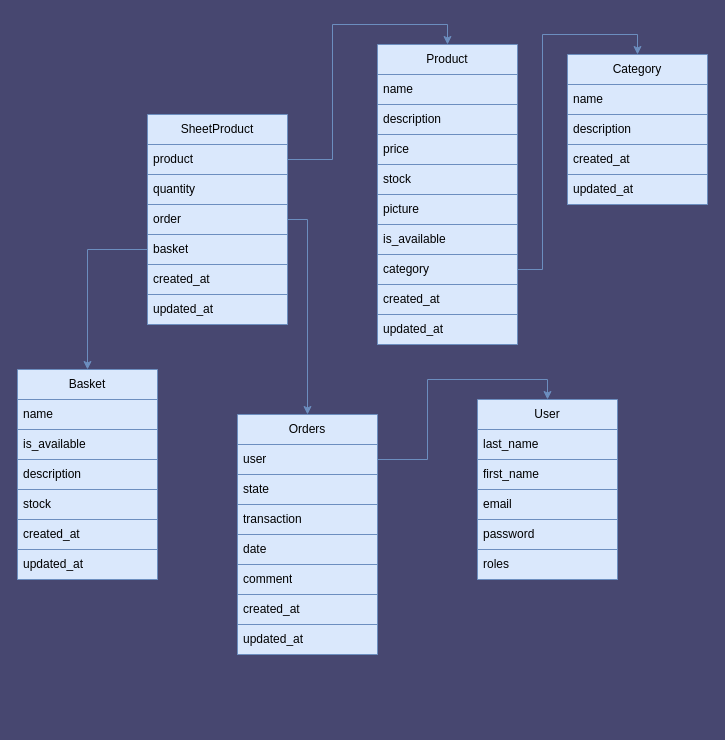
kevinturpin97/pokelol keeps this draw.io diagram as Diagramme sans nom.drawio. Above is the earlier version. Source tidied: cells renumbered, new cells numbered last; positions are measured from the earlier drawing's top-left corner, leaving out a move shared by most shapes. Both pictures are drawn from the tidied source at 100%, with x=0, y=0 at pixel (17, 44).
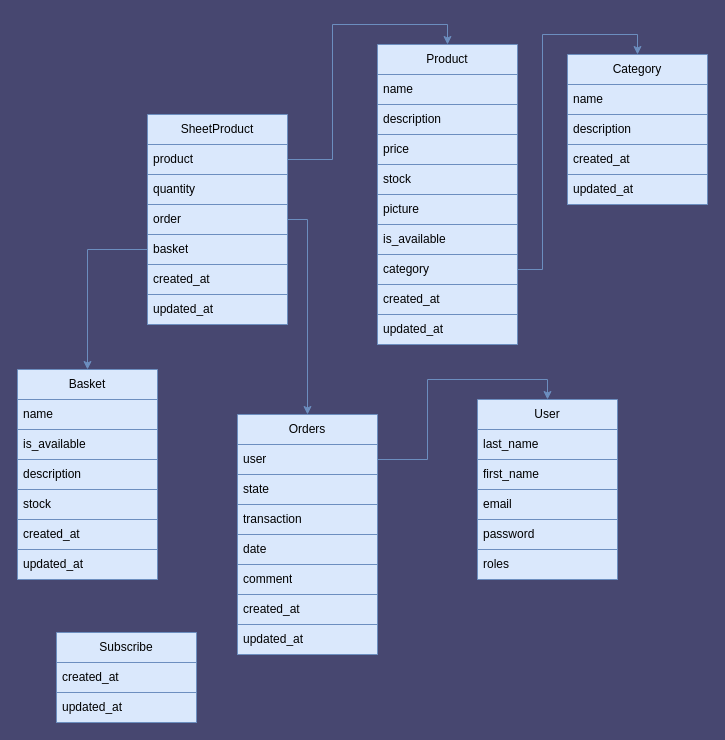
Above is the later version.

Commit message (it also covers changes not shown here):
Mettre à jour Diagramme sans nom.drawio

Diff of the diagram source:
```diff
@@
+    <mxCell id="50" value="Subscribe" style="swimlane;fontStyle=0;horizontal=1;startSize=30;whiteSpace=wrap;html=1;fillColor=#dae8fc;strokeColor=#6c8ebf;" parent="1" vertex="1">
+      <mxGeometry x="39" y="588" width="140" height="90" as="geometry" />
+    </mxCell>
+    <mxCell id="51" value="created_at" style="text;align=left;verticalAlign=middle;spacingLeft=4;spacingRight=4;overflow=hidden;whiteSpace=wrap;html=1;fillColor=#dae8fc;strokeColor=#6c8ebf;" parent="50" vertex="1">
+      <mxGeometry y="30" width="140" height="30" as="geometry" />
+    </mxCell>
+    <mxCell id="52" value="updated_at" style="text;align=left;verticalAlign=middle;spacingLeft=4;spacingRight=4;overflow=hidden;whiteSpace=wrap;html=1;fillColor=#dae8fc;strokeColor=#6c8ebf;" parent="50" vertex="1">
+      <mxGeometry y="60" width="140" height="30" as="geometry" />
+    </mxCell>
```
